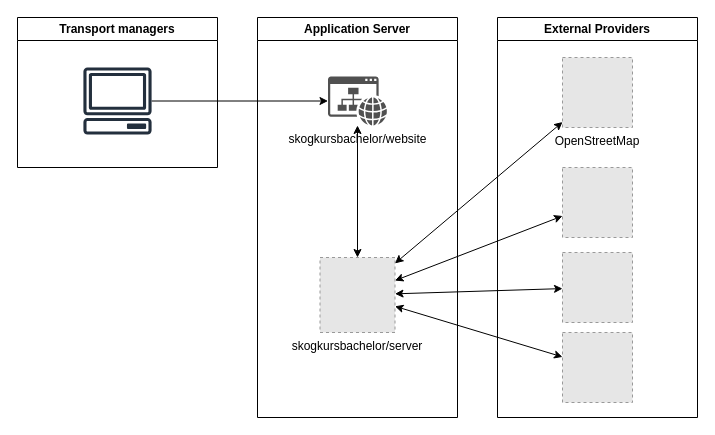
The draw.io diagram systemdesign.drawio in skogkursbachelor/diagrams, before the edit. Source tidied: cells renumbered, new cells numbered last; positions are measured from the earlier drawing's top-left corner, leaving out a move shared by most shapes. Both pictures are drawn from the tidied source at 100%, with x=0, y=0 at pixel (17, 17). Pictures stored in the file or linked from it are replaced by grey dashed boxes.
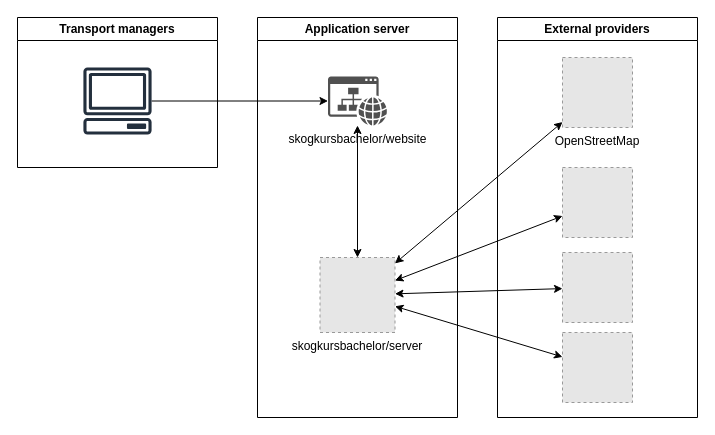
After the change.

What changed in the source:
```diff
@@
 <mxGraphModel>
   <root>
     <mxCell id="0" />
     <mxCell id="1" parent="0" />
     <mxCell id="2" style="endArrow=classic;html=1;rounded=0;" parent="1" edge="1" source="8" target="4">
       <mxGeometry relative="1" as="geometry" />
     </mxCell>
-    <mxCell id="3" value="Application Server" style="swimlane;whiteSpace=wrap;html=1;" parent="1" vertex="1">
+    <mxCell id="3" value="Application server" style="swimlane;whiteSpace=wrap;html=1;" parent="1" vertex="1">
       <mxGeometry x="240" width="200" height="400" as="geometry" />
     </mxCell>
     <mxCell id="4" value="&lt;span style=&quot;background-color: rgb(255, 255, 255);&quot;&gt;skogkursbachelor/website&lt;/span&gt;" style="sketch=0;shadow=0;dashed=0;html=1;strokeColor=none;fillColor=#505050;labelPosition=center;verticalLabelPosition=bottom;verticalAlign=top;outlineConnect=0;align=center;shape=mxgraph.office.concepts.website;" parent="3" vertex="1">
       <mxGeometry x="70.5" y="59" width="59" height="49" as="geometry" />
     </mxCell>
     <mxCell id="5" value="skogkursbachelor/server" style="fillColor=#E6E6E6;strokeColor=#999999;dashed=1;verticalLabelPosition=bottom;labelBackgroundColor=default;verticalAlign=top;" parent="3" vertex="1">
       <mxGeometry x="62.5" y="240" width="75" height="75" as="geometry" />
     </mxCell>
     <mxCell id="6" style="endArrow=classic;startArrow=classic;html=1;rounded=0;" parent="3" edge="1" source="5" target="4">
       <mxGeometry relative="1" as="geometry" />
     </mxCell>
     <mxCell id="7" value="Transport managers" style="swimlane;whiteSpace=wrap;html=1;" parent="1" vertex="1">
       <mxGeometry width="200" height="150" as="geometry" />
     </mxCell>
     <mxCell id="8" style="sketch=0;outlineConnect=0;fontColor=#232F3E;gradientColor=none;fillColor=#232F3D;strokeColor=none;dashed=0;verticalLabelPosition=bottom;verticalAlign=top;align=center;html=1;fontSize=12;fontStyle=0;shape=mxgraph.aws4.client;" parent="7" vertex="1">
       <mxGeometry x="65.6" y="50" width="68.8" height="67" as="geometry" />
     </mxCell>
-    <mxCell id="9" value="External Providers" style="swimlane;whiteSpace=wrap;html=1;" parent="1" vertex="1">
+    <mxCell id="9" value="External providers" style="swimlane;whiteSpace=wrap;html=1;" parent="1" vertex="1">
       <mxGeometry x="480" width="200" height="400" as="geometry" />
     </mxCell>
     <mxCell id="10" style="fillColor=#E6E6E6;strokeColor=#999999;dashed=1;verticalLabelPosition=bottom;labelBackgroundColor=default;verticalAlign=top;" parent="9" vertex="1">
       <mxGeometry x="65" y="150" width="70" height="70" as="geometry" />
     </mxCell>
     <mxCell id="11" style="fillColor=#E6E6E6;strokeColor=#999999;dashed=1;verticalLabelPosition=bottom;labelBackgroundColor=default;verticalAlign=top;" parent="9" vertex="1">
       <mxGeometry x="65" y="235" width="70" height="70" as="geometry" />
     </mxCell>
     <mxCell id="12" style="fillColor=#E6E6E6;strokeColor=#999999;dashed=1;verticalLabelPosition=bottom;labelBackgroundColor=default;verticalAlign=top;" parent="9" vertex="1">
       <mxGeometry x="65" y="315" width="70" height="70" as="geometry" />
     </mxCell>
     <mxCell id="13" value="OpenStreetMap" style="fillColor=#E6E6E6;strokeColor=#999999;dashed=1;verticalLabelPosition=bottom;labelBackgroundColor=default;verticalAlign=top;" parent="9" vertex="1">
       <mxGeometry x="65" y="40" width="70" height="70" as="geometry" />
     </mxCell>
     <mxCell id="14" style="endArrow=classic;startArrow=classic;html=1;rounded=0;" parent="1" edge="1" source="5" target="10">
       <mxGeometry relative="1" as="geometry" />
     </mxCell>
     <mxCell id="15" style="endArrow=classic;startArrow=classic;html=1;rounded=0;" parent="1" edge="1" source="5" target="13">
       <mxGeometry relative="1" as="geometry" />
     </mxCell>
     <mxCell id="16" style="endArrow=classic;startArrow=classic;html=1;rounded=0;" parent="1" edge="1" source="5" target="11">
       <mxGeometry relative="1" as="geometry" />
     </mxCell>
     <mxCell id="17" style="endArrow=classic;startArrow=classic;html=1;rounded=0;" parent="1" edge="1" source="5" target="12">
       <mxGeometry relative="1" as="geometry" />
     </mxCell>
   </root>
 </mxGraphModel>
```
